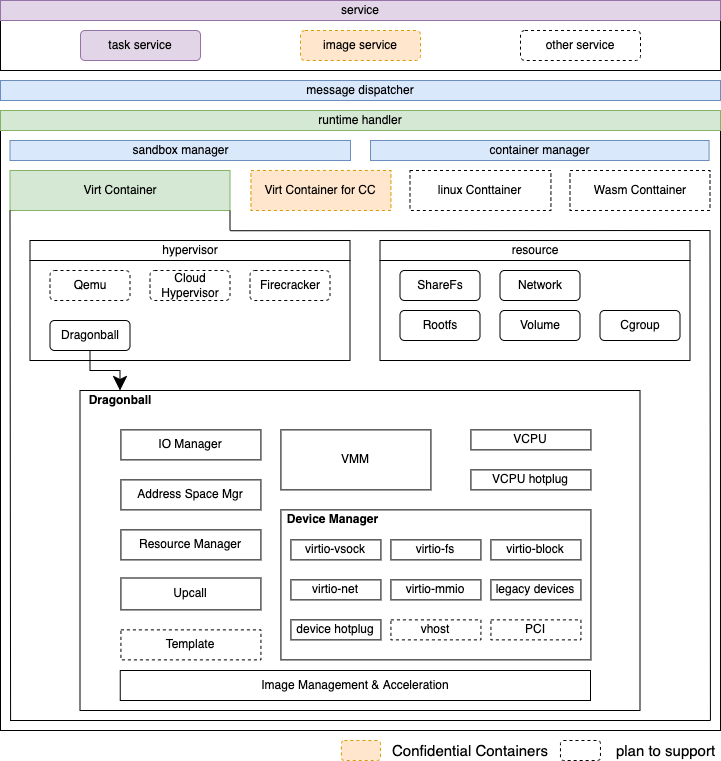
The draw.io diagram docs/design/architecture_3.0/images/architecture.png in kata-containers/kata-containers, before a commit. Source tidied: cells renumbered, new cells last; positions are measured from the earlier drawing's top-left corner, leaving out a move shared by most shapes. Source of this version:
```xml
<mxGraphModel>
  <root>
    <mxCell id="0" />
    <mxCell id="1" parent="0" />
    <mxCell id="2" style="rounded=0;whiteSpace=wrap;html=1;fillColor=none;" parent="1" vertex="1">
      <mxGeometry y="130" width="720" height="600" as="geometry" />
    </mxCell>
    <mxCell id="3" style="rounded=0;whiteSpace=wrap;html=1;fillColor=none;" parent="1" vertex="1">
      <mxGeometry y="10" width="720" height="60" as="geometry" />
    </mxCell>
    <mxCell id="4" value="task service" style="rounded=1;whiteSpace=wrap;html=1;strokeColor=#9673a6;fillColor=#e1d5e7;" parent="1" vertex="1">
      <mxGeometry x="80" y="30" width="120" height="30" as="geometry" />
    </mxCell>
    <mxCell id="5" value="image service" style="rounded=1;whiteSpace=wrap;html=1;fillColor=#ffe6cc;dashed=1;strokeColor=#d79b00;" parent="1" vertex="1">
      <mxGeometry x="300" y="30" width="120" height="30" as="geometry" />
    </mxCell>
    <mxCell id="6" value="other service" style="rounded=1;whiteSpace=wrap;html=1;fillColor=none;dashed=1;" parent="1" vertex="1">
      <mxGeometry x="520" y="30" width="120" height="30" as="geometry" />
    </mxCell>
    <mxCell id="7" value="service" style="rounded=0;whiteSpace=wrap;html=1;fillColor=#e1d5e7;strokeColor=#9673a6;" parent="1" vertex="1">
      <mxGeometry width="720" height="20" as="geometry" />
    </mxCell>
    <mxCell id="8" value="Virt Container" style="rounded=0;whiteSpace=wrap;html=1;fillColor=#d5e8d4;strokeColor=#82b366;" parent="1" vertex="1">
      <mxGeometry x="9.5" y="170" width="220" height="40" as="geometry" />
    </mxCell>
    <mxCell id="9" value="Wasm Conttainer" style="rounded=0;whiteSpace=wrap;html=1;fillColor=none;dashed=1;" parent="1" vertex="1">
      <mxGeometry x="569.5" y="170" width="140" height="40" as="geometry" />
    </mxCell>
    <mxCell id="10" value="message dispatcher" style="rounded=0;whiteSpace=wrap;html=1;fillColor=#dae8fc;strokeColor=#6c8ebf;" parent="1" vertex="1">
      <mxGeometry y="80" width="720" height="20" as="geometry" />
    </mxCell>
    <mxCell id="11" value="runtime handler" style="rounded=0;whiteSpace=wrap;html=1;fillColor=#d5e8d4;strokeColor=#82b366;" parent="1" vertex="1">
      <mxGeometry y="110" width="720" height="20" as="geometry" />
    </mxCell>
    <mxCell id="12" value="hypervisor" style="rounded=0;whiteSpace=wrap;html=1;fillColor=none;" parent="1" vertex="1">
      <mxGeometry x="29.5" y="240" width="320" height="20" as="geometry" />
    </mxCell>
    <mxCell id="13" style="rounded=0;whiteSpace=wrap;html=1;fillColor=none;" parent="1" vertex="1">
      <mxGeometry x="29.5" y="260" width="320" height="100" as="geometry" />
    </mxCell>
    <mxCell id="14" style="edgeStyle=orthogonalEdgeStyle;rounded=0;jettySize=auto;html=1;startSize=15;endSize=12;" parent="1" edge="1" source="15" target="47">
      <mxGeometry relative="1" as="geometry" />
    </mxCell>
    <mxCell id="15" value="Dragonball" style="rounded=1;whiteSpace=wrap;html=1;fillColor=none;" parent="1" vertex="1">
      <mxGeometry x="49.5" y="320" width="80" height="30" as="geometry" />
    </mxCell>
    <mxCell id="16" value="Qemu" style="rounded=1;whiteSpace=wrap;html=1;dashed=1;" parent="1" vertex="1">
      <mxGeometry x="49.5" y="270" width="80" height="30" as="geometry" />
    </mxCell>
    <mxCell id="17" value="Cloud Hypervisor" style="rounded=1;whiteSpace=wrap;html=1;dashed=1;" parent="1" vertex="1">
      <mxGeometry x="149.5" y="270" width="80" height="30" as="geometry" />
    </mxCell>
    <mxCell id="18" value="Firecracker" style="rounded=1;whiteSpace=wrap;html=1;dashed=1;" parent="1" vertex="1">
      <mxGeometry x="249.5" y="270" width="80" height="30" as="geometry" />
    </mxCell>
    <mxCell id="19" value="resource" style="rounded=0;whiteSpace=wrap;html=1;fillColor=none;" parent="1" vertex="1">
      <mxGeometry x="379.5" y="240" width="310" height="20" as="geometry" />
    </mxCell>
    <mxCell id="20" style="rounded=0;whiteSpace=wrap;html=1;fillColor=none;" parent="1" vertex="1">
      <mxGeometry x="379.5" y="260" width="310" height="100" as="geometry" />
    </mxCell>
    <mxCell id="21" value="Network" style="rounded=1;whiteSpace=wrap;html=1;fillColor=none;" parent="1" vertex="1">
      <mxGeometry x="499.5" y="270" width="80" height="30" as="geometry" />
    </mxCell>
    <mxCell id="22" value="Rootfs" style="rounded=1;whiteSpace=wrap;html=1;fillColor=none;" parent="1" vertex="1">
      <mxGeometry x="399.5" y="310" width="80" height="30" as="geometry" />
    </mxCell>
    <mxCell id="23" value="Volume" style="rounded=1;whiteSpace=wrap;html=1;fillColor=none;" parent="1" vertex="1">
      <mxGeometry x="499.5" y="310" width="80" height="30" as="geometry" />
    </mxCell>
    <mxCell id="24" value="Cgroup" style="rounded=1;whiteSpace=wrap;html=1;fillColor=none;" parent="1" vertex="1">
      <mxGeometry x="599.5" y="310" width="80" height="30" as="geometry" />
    </mxCell>
    <mxCell id="25" value="ShareFs" style="rounded=1;whiteSpace=wrap;html=1;fillColor=none;" parent="1" vertex="1">
      <mxGeometry x="399.5" y="270" width="80" height="30" as="geometry" />
    </mxCell>
    <mxCell id="26" value="linux Conttainer" style="rounded=0;whiteSpace=wrap;html=1;fillColor=none;dashed=1;" parent="1" vertex="1">
      <mxGeometry x="409.5" y="170" width="140.9" height="40" as="geometry" />
    </mxCell>
    <mxCell id="27" style="rounded=0;whiteSpace=wrap;html=1;fillColor=none;" parent="1" vertex="1">
      <mxGeometry x="79.5" y="390" width="560" height="320" as="geometry" />
    </mxCell>
    <mxCell id="28" value="IO Manager" style="rounded=0;whiteSpace=wrap;html=1;fillColor=none;" parent="1" vertex="1">
      <mxGeometry x="120.4" y="429.4" width="140" height="30" as="geometry" />
    </mxCell>
    <mxCell id="29" value="Address Space Mgr" style="rounded=0;whiteSpace=wrap;html=1;fillColor=none;" parent="1" vertex="1">
      <mxGeometry x="120.4" y="479.4" width="140" height="30" as="geometry" />
    </mxCell>
    <mxCell id="30" value="Resource Manager" style="rounded=0;whiteSpace=wrap;html=1;fillColor=none;" parent="1" vertex="1">
      <mxGeometry x="120.4" y="529.4" width="140" height="30" as="geometry" />
    </mxCell>
    <mxCell id="31" value="Upcall" style="rounded=0;whiteSpace=wrap;html=1;fillColor=none;" parent="1" vertex="1">
      <mxGeometry x="120.4" y="577.5" width="140" height="31.9" as="geometry" />
    </mxCell>
    <mxCell id="32" value="Template" style="rounded=0;whiteSpace=wrap;html=1;fillColor=none;dashed=1;" parent="1" vertex="1">
      <mxGeometry x="120.4" y="629.4" width="140" height="30" as="geometry" />
    </mxCell>
    <mxCell id="33" value="VMM" style="rounded=0;whiteSpace=wrap;html=1;fillColor=none;" parent="1" vertex="1">
      <mxGeometry x="280.4" y="429.4" width="150" height="60" as="geometry" />
    </mxCell>
    <mxCell id="34" value="VCPU" style="rounded=0;whiteSpace=wrap;html=1;fillColor=none;" parent="1" vertex="1">
      <mxGeometry x="470.4" y="429.4" width="120" height="20" as="geometry" />
    </mxCell>
    <mxCell id="35" value="VCPU hotplug" style="rounded=0;whiteSpace=wrap;html=1;fillColor=none;" parent="1" vertex="1">
      <mxGeometry x="470.4" y="469.4" width="120" height="20" as="geometry" />
    </mxCell>
    <mxCell id="36" style="rounded=0;whiteSpace=wrap;html=1;fillColor=none;" parent="1" vertex="1">
      <mxGeometry x="280.4" y="509.4" width="310" height="150" as="geometry" />
    </mxCell>
    <mxCell id="37" value="&lt;b&gt;Device Manager&lt;/b&gt;" style="text;html=1;strokeColor=none;fillColor=none;align=center;verticalAlign=middle;whiteSpace=wrap;rounded=0;" parent="1" vertex="1">
      <mxGeometry x="280.4" y="509.4" width="105" height="20" as="geometry" />
    </mxCell>
    <mxCell id="38" value="virtio-vsock" style="rounded=0;whiteSpace=wrap;html=1;fillColor=none;" parent="1" vertex="1">
      <mxGeometry x="290.4" y="539.4" width="90" height="20" as="geometry" />
    </mxCell>
    <mxCell id="39" value="virtio-net" style="rounded=0;whiteSpace=wrap;html=1;fillColor=none;" parent="1" vertex="1">
      <mxGeometry x="290.4" y="579.4" width="90" height="20" as="geometry" />
    </mxCell>
    <mxCell id="40" value="device hotplug" style="rounded=0;whiteSpace=wrap;html=1;fillColor=none;" parent="1" vertex="1">
      <mxGeometry x="290.4" y="619.4" width="90" height="20" as="geometry" />
    </mxCell>
    <mxCell id="41" value="virtio-fs" style="rounded=0;whiteSpace=wrap;html=1;fillColor=none;" parent="1" vertex="1">
      <mxGeometry x="390.4" y="539.4" width="90" height="20" as="geometry" />
    </mxCell>
    <mxCell id="42" value="virtio-block" style="rounded=0;whiteSpace=wrap;html=1;fillColor=none;" parent="1" vertex="1">
      <mxGeometry x="490.4" y="539.4" width="90" height="20" as="geometry" />
    </mxCell>
    <mxCell id="43" value="virtio-mmio" style="rounded=0;whiteSpace=wrap;html=1;fillColor=none;" parent="1" vertex="1">
      <mxGeometry x="390.4" y="579.4" width="90" height="20" as="geometry" />
    </mxCell>
    <mxCell id="44" value="legacy devices" style="rounded=0;whiteSpace=wrap;html=1;fillColor=none;" parent="1" vertex="1">
      <mxGeometry x="490.4" y="579.4" width="90" height="20" as="geometry" />
    </mxCell>
    <mxCell id="45" value="vhost" style="rounded=0;whiteSpace=wrap;html=1;fillColor=none;dashed=1;" parent="1" vertex="1">
      <mxGeometry x="390.4" y="619.4" width="90" height="20" as="geometry" />
    </mxCell>
    <mxCell id="46" value="PCI" style="rounded=0;whiteSpace=wrap;html=1;fillColor=none;dashed=1;" parent="1" vertex="1">
      <mxGeometry x="490.4" y="619.4" width="90" height="20" as="geometry" />
    </mxCell>
    <mxCell id="47" value="&lt;b&gt;Dragonball&lt;/b&gt;" style="text;html=1;strokeColor=none;fillColor=none;align=center;verticalAlign=middle;whiteSpace=wrap;rounded=0;" parent="1" vertex="1">
      <mxGeometry x="79.5" y="390" width="80" height="20" as="geometry" />
    </mxCell>
    <mxCell id="48" style="endArrow=none;html=1;rounded=0;startSize=10;endSize=10;entryX=0;entryY=1;entryDx=0;entryDy=0;exitX=0.014;exitY=0.983;exitDx=0;exitDy=0;exitPerimeter=0;" parent="1" edge="1" source="2" target="8">
      <mxGeometry relative="1" as="geometry" />
    </mxCell>
    <mxCell id="49" style="endArrow=none;html=1;rounded=0;startSize=10;endSize=10;" parent="1" edge="1">
      <mxGeometry relative="1" as="geometry">
        <mxPoint x="229.5" y="230" as="sourcePoint" />
        <mxPoint x="229.5" y="210" as="targetPoint" />
      </mxGeometry>
    </mxCell>
    <mxCell id="50" style="endArrow=none;html=1;rounded=0;startSize=10;endSize=10;" parent="1" edge="1">
      <mxGeometry relative="1" as="geometry">
        <mxPoint x="229.8" y="230.2" as="sourcePoint" />
        <mxPoint x="709.5" y="230" as="targetPoint" />
      </mxGeometry>
    </mxCell>
    <mxCell id="51" style="endArrow=none;html=1;rounded=0;startSize=10;endSize=10;exitX=0.986;exitY=0.983;exitDx=0;exitDy=0;exitPerimeter=0;" parent="1" edge="1" source="2">
      <mxGeometry relative="1" as="geometry">
        <mxPoint x="709.5" y="230" as="targetPoint" />
      </mxGeometry>
    </mxCell>
    <mxCell id="52" value="Confidential Containers" style="text;html=1;strokeColor=none;fillColor=none;align=center;verticalAlign=middle;whiteSpace=wrap;rounded=0;shadow=0;glass=0;dashed=1;sketch=0;fontSize=15;" parent="1" vertex="1">
      <mxGeometry x="390" y="740" width="160" height="20" as="geometry" />
    </mxCell>
    <mxCell id="53" style="rounded=1;whiteSpace=wrap;html=1;dashed=1;fontSize=15;" parent="1" vertex="1">
      <mxGeometry x="560" y="740" width="40" height="20" as="geometry" />
    </mxCell>
    <mxCell id="54" value="plan to support" style="text;html=1;strokeColor=none;fillColor=none;align=center;verticalAlign=middle;whiteSpace=wrap;rounded=0;shadow=0;glass=0;dashed=1;sketch=0;fontSize=15;" parent="1" vertex="1">
      <mxGeometry x="610.9" y="740" width="109.1" height="20" as="geometry" />
    </mxCell>
    <mxCell id="55" value="Virt Container for CC" style="rounded=0;whiteSpace=wrap;html=1;fillColor=#ffe6cc;dashed=1;strokeColor=#d79b00;" parent="1" vertex="1">
      <mxGeometry x="250.4" y="170" width="140" height="40" as="geometry" />
    </mxCell>
    <mxCell id="56" style="rounded=1;whiteSpace=wrap;html=1;fillColor=#ffe6cc;strokeColor=#d79b00;dashed=1;" parent="1" vertex="1">
      <mxGeometry x="340.9" y="740" width="39.1" height="20" as="geometry" />
    </mxCell>
    <mxCell id="57" value="sandbox manager" style="rounded=0;whiteSpace=wrap;html=1;fillColor=#dae8fc;strokeColor=#6c8ebf;" parent="1" vertex="1">
      <mxGeometry x="9.5" y="140" width="340.5" height="20" as="geometry" />
    </mxCell>
    <mxCell id="58" value="container manager" style="rounded=0;whiteSpace=wrap;html=1;fillColor=#dae8fc;strokeColor=#6c8ebf;" parent="1" vertex="1">
      <mxGeometry x="370" y="140" width="338.6" height="20" as="geometry" />
    </mxCell>
    <mxCell id="59" style="endArrow=none;html=1;rounded=0;" parent="1" edge="1">
      <mxGeometry relative="1" as="geometry">
        <mxPoint x="9.5" y="720" as="sourcePoint" />
        <mxPoint x="710" y="720" as="targetPoint" />
      </mxGeometry>
    </mxCell>
    <mxCell id="60" value="Image Management &amp;amp; Acceleration" style="rounded=0;whiteSpace=wrap;html=1;" parent="1" vertex="1">
      <mxGeometry x="119.8" y="670" width="470.2" height="30" as="geometry" />
    </mxCell>
  </root>
</mxGraphModel>
```
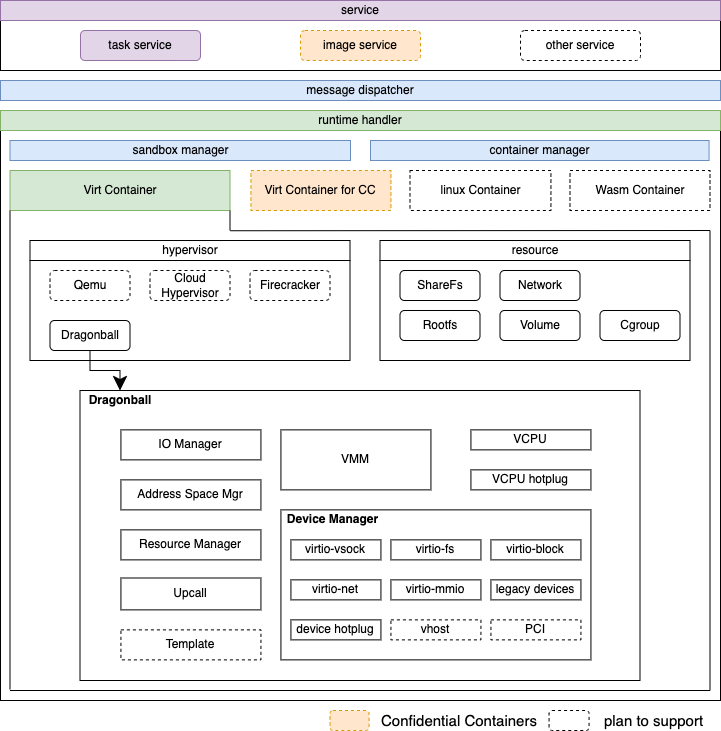
The same diagram one commit later.

Commit message:
runtime-rs: fix design doc's typo

Fix docs/design/architecture_3.0's typo. Both source code and png.

Fixes: #4883

What changed in the source:
```diff
@@ -3,7 +3,7 @@
     <mxCell id="0" />
     <mxCell id="1" parent="0" />
     <mxCell id="2" style="rounded=0;whiteSpace=wrap;html=1;fillColor=none;" parent="1" vertex="1">
-      <mxGeometry y="130" width="720" height="600" as="geometry" />
+      <mxGeometry y="130" width="720" height="570" as="geometry" />
     </mxCell>
     <mxCell id="3" style="rounded=0;whiteSpace=wrap;html=1;fillColor=none;" parent="1" vertex="1">
       <mxGeometry y="10" width="720" height="60" as="geometry" />
@@ -23,7 +23,7 @@
     <mxCell id="8" value="Virt Container" style="rounded=0;whiteSpace=wrap;html=1;fillColor=#d5e8d4;strokeColor=#82b366;" parent="1" vertex="1">
       <mxGeometry x="9.5" y="170" width="220" height="40" as="geometry" />
     </mxCell>
-    <mxCell id="9" value="Wasm Conttainer" style="rounded=0;whiteSpace=wrap;html=1;fillColor=none;dashed=1;" parent="1" vertex="1">
+    <mxCell id="9" value="Wasm Container" style="rounded=0;whiteSpace=wrap;html=1;fillColor=none;dashed=1;" parent="1" vertex="1">
       <mxGeometry x="569.5" y="170" width="140" height="40" as="geometry" />
     </mxCell>
     <mxCell id="10" value="message dispatcher" style="rounded=0;whiteSpace=wrap;html=1;fillColor=#dae8fc;strokeColor=#6c8ebf;" parent="1" vertex="1">
@@ -74,11 +74,11 @@
     <mxCell id="25" value="ShareFs" style="rounded=1;whiteSpace=wrap;html=1;fillColor=none;" parent="1" vertex="1">
       <mxGeometry x="399.5" y="270" width="80" height="30" as="geometry" />
     </mxCell>
-    <mxCell id="26" value="linux Conttainer" style="rounded=0;whiteSpace=wrap;html=1;fillColor=none;dashed=1;" parent="1" vertex="1">
+    <mxCell id="26" value="linux Container" style="rounded=0;whiteSpace=wrap;html=1;fillColor=none;dashed=1;" parent="1" vertex="1">
       <mxGeometry x="409.5" y="170" width="140.9" height="40" as="geometry" />
     </mxCell>
     <mxCell id="27" style="rounded=0;whiteSpace=wrap;html=1;fillColor=none;" parent="1" vertex="1">
-      <mxGeometry x="79.5" y="390" width="560" height="320" as="geometry" />
+      <mxGeometry x="79.5" y="390" width="560" height="290" as="geometry" />
     </mxCell>
     <mxCell id="28" value="IO Manager" style="rounded=0;whiteSpace=wrap;html=1;fillColor=none;" parent="1" vertex="1">
       <mxGeometry x="120.4" y="429.4" width="140" height="30" as="geometry" />
@@ -140,9 +140,17 @@
     <mxCell id="47" value="&lt;b&gt;Dragonball&lt;/b&gt;" style="text;html=1;strokeColor=none;fillColor=none;align=center;verticalAlign=middle;whiteSpace=wrap;rounded=0;" parent="1" vertex="1">
       <mxGeometry x="79.5" y="390" width="80" height="20" as="geometry" />
     </mxCell>
-    <mxCell id="48" style="endArrow=none;html=1;rounded=0;startSize=10;endSize=10;entryX=0;entryY=1;entryDx=0;entryDy=0;exitX=0.014;exitY=0.983;exitDx=0;exitDy=0;exitPerimeter=0;" parent="1" edge="1" source="2" target="8">
-      <mxGeometry relative="1" as="geometry" />
+    <mxCell id="48" style="endArrow=none;html=1;rounded=0;startSize=10;endSize=10;entryX=0;entryY=1;entryDx=0;entryDy=0;" parent="1" edge="1" target="8">
+      <mxGeometry relative="1" as="geometry">
+        <mxPoint x="9.5" y="689" as="sourcePoint" />
+      </mxGeometry>
     </mxCell>
+    <mxCell id="61" style="endArrow=none;html=1;rounded=0;startSize=10;endSize=10;" parent="1" edge="1">
+      <mxGeometry relative="1" as="geometry">
+        <mxPoint x="9.5" y="690" as="sourcePoint" />
+        <mxPoint x="709.5" y="690" as="targetPoint" />
+      </mxGeometry>
+    </mxCell>
     <mxCell id="49" style="endArrow=none;html=1;rounded=0;startSize=10;endSize=10;" parent="1" edge="1">
       <mxGeometry relative="1" as="geometry">
         <mxPoint x="229.5" y="230" as="sourcePoint" />
@@ -155,25 +163,26 @@
         <mxPoint x="709.5" y="230" as="targetPoint" />
       </mxGeometry>
     </mxCell>
-    <mxCell id="51" style="endArrow=none;html=1;rounded=0;startSize=10;endSize=10;exitX=0.986;exitY=0.983;exitDx=0;exitDy=0;exitPerimeter=0;" parent="1" edge="1" source="2">
+    <mxCell id="51" style="endArrow=none;html=1;rounded=0;startSize=10;endSize=10;" parent="1" edge="1">
       <mxGeometry relative="1" as="geometry">
+        <mxPoint x="709.5" y="690" as="sourcePoint" />
         <mxPoint x="709.5" y="230" as="targetPoint" />
       </mxGeometry>
     </mxCell>
     <mxCell id="52" value="Confidential Containers" style="text;html=1;strokeColor=none;fillColor=none;align=center;verticalAlign=middle;whiteSpace=wrap;rounded=0;shadow=0;glass=0;dashed=1;sketch=0;fontSize=15;" parent="1" vertex="1">
-      <mxGeometry x="390" y="740" width="160" height="20" as="geometry" />
+      <mxGeometry x="378.6" y="710" width="160" height="20" as="geometry" />
     </mxCell>
     <mxCell id="53" style="rounded=1;whiteSpace=wrap;html=1;dashed=1;fontSize=15;" parent="1" vertex="1">
-      <mxGeometry x="560" y="740" width="40" height="20" as="geometry" />
+      <mxGeometry x="548.6" y="710" width="40" height="20" as="geometry" />
     </mxCell>
     <mxCell id="54" value="plan to support" style="text;html=1;strokeColor=none;fillColor=none;align=center;verticalAlign=middle;whiteSpace=wrap;rounded=0;shadow=0;glass=0;dashed=1;sketch=0;fontSize=15;" parent="1" vertex="1">
-      <mxGeometry x="610.9" y="740" width="109.1" height="20" as="geometry" />
+      <mxGeometry x="599.5" y="710" width="109.1" height="20" as="geometry" />
     </mxCell>
     <mxCell id="55" value="Virt Container for CC" style="rounded=0;whiteSpace=wrap;html=1;fillColor=#ffe6cc;dashed=1;strokeColor=#d79b00;" parent="1" vertex="1">
       <mxGeometry x="250.4" y="170" width="140" height="40" as="geometry" />
     </mxCell>
     <mxCell id="56" style="rounded=1;whiteSpace=wrap;html=1;fillColor=#ffe6cc;strokeColor=#d79b00;dashed=1;" parent="1" vertex="1">
-      <mxGeometry x="340.9" y="740" width="39.1" height="20" as="geometry" />
+      <mxGeometry x="329.5" y="710" width="39.1" height="20" as="geometry" />
     </mxCell>
     <mxCell id="57" value="sandbox manager" style="rounded=0;whiteSpace=wrap;html=1;fillColor=#dae8fc;strokeColor=#6c8ebf;" parent="1" vertex="1">
       <mxGeometry x="9.5" y="140" width="340.5" height="20" as="geometry" />
@@ -181,14 +190,5 @@
     <mxCell id="58" value="container manager" style="rounded=0;whiteSpace=wrap;html=1;fillColor=#dae8fc;strokeColor=#6c8ebf;" parent="1" vertex="1">
       <mxGeometry x="370" y="140" width="338.6" height="20" as="geometry" />
     </mxCell>
-    <mxCell id="59" style="endArrow=none;html=1;rounded=0;" parent="1" edge="1">
-      <mxGeometry relative="1" as="geometry">
-        <mxPoint x="9.5" y="720" as="sourcePoint" />
-        <mxPoint x="710" y="720" as="targetPoint" />
-      </mxGeometry>
-    </mxCell>
-    <mxCell id="60" value="Image Management &amp;amp; Acceleration" style="rounded=0;whiteSpace=wrap;html=1;" parent="1" vertex="1">
-      <mxGeometry x="119.8" y="670" width="470.2" height="30" as="geometry" />
-    </mxCell>
   </root>
 </mxGraphModel>
```
